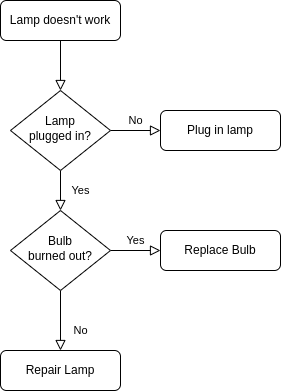
The draw.io diagram Flowchart.drawio.png in FedeMala00/second_assignment, before a commit. Source tidied: cells renumbered, new cells last; positions are measured from the earlier drawing's top-left corner, leaving out a move shared by most shapes. Source of this version:
```xml
<mxGraphModel>
  <root>
    <mxCell id="0" />
    <mxCell id="1" parent="0" />
    <mxCell id="2" style="rounded=0;html=1;jettySize=auto;fontSize=11;endArrow=block;endFill=0;endSize=8;strokeWidth=1;shadow=0;labelBackgroundColor=none;edgeStyle=orthogonalEdgeStyle;" parent="1" edge="1" source="3" target="6">
      <mxGeometry relative="1" as="geometry" />
    </mxCell>
    <mxCell id="3" value="Lamp doesn't work" style="rounded=1;whiteSpace=wrap;html=1;fontSize=12;glass=0;strokeWidth=1;shadow=0;" parent="1" vertex="1">
      <mxGeometry width="120" height="40" as="geometry" />
    </mxCell>
    <mxCell id="4" value="Yes" style="rounded=0;html=1;jettySize=auto;fontSize=11;endArrow=block;endFill=0;endSize=8;strokeWidth=1;shadow=0;labelBackgroundColor=none;edgeStyle=orthogonalEdgeStyle;" parent="1" edge="1" source="6" target="10">
      <mxGeometry y="20" relative="1" as="geometry" />
    </mxCell>
    <mxCell id="5" value="No" style="edgeStyle=orthogonalEdgeStyle;rounded=0;html=1;jettySize=auto;fontSize=11;endArrow=block;endFill=0;endSize=8;strokeWidth=1;shadow=0;labelBackgroundColor=none;" parent="1" edge="1" source="6" target="7">
      <mxGeometry y="10" relative="1" as="geometry" />
    </mxCell>
    <mxCell id="6" value="Lamp&lt;br&gt;plugged in?" style="rhombus;whiteSpace=wrap;html=1;shadow=0;fontFamily=Helvetica;fontSize=12;align=center;strokeWidth=1;spacing=6;spacingTop=-4;" parent="1" vertex="1">
      <mxGeometry x="10" y="90" width="100" height="80" as="geometry" />
    </mxCell>
    <mxCell id="7" value="Plug in lamp" style="rounded=1;whiteSpace=wrap;html=1;fontSize=12;glass=0;strokeWidth=1;shadow=0;" parent="1" vertex="1">
      <mxGeometry x="160" y="110" width="120" height="40" as="geometry" />
    </mxCell>
    <mxCell id="8" value="No" style="rounded=0;html=1;jettySize=auto;fontSize=11;endArrow=block;endFill=0;endSize=8;strokeWidth=1;shadow=0;labelBackgroundColor=none;edgeStyle=orthogonalEdgeStyle;" parent="1" edge="1" source="10" target="11">
      <mxGeometry x="0.33" y="20" relative="1" as="geometry" />
    </mxCell>
    <mxCell id="9" value="Yes" style="edgeStyle=orthogonalEdgeStyle;rounded=0;html=1;jettySize=auto;fontSize=11;endArrow=block;endFill=0;endSize=8;strokeWidth=1;shadow=0;labelBackgroundColor=none;" parent="1" edge="1" source="10" target="12">
      <mxGeometry y="10" relative="1" as="geometry" />
    </mxCell>
    <mxCell id="10" value="Bulb&lt;br&gt;burned out?" style="rhombus;whiteSpace=wrap;html=1;shadow=0;fontFamily=Helvetica;fontSize=12;align=center;strokeWidth=1;spacing=6;spacingTop=-4;" parent="1" vertex="1">
      <mxGeometry x="10" y="210" width="100" height="80" as="geometry" />
    </mxCell>
    <mxCell id="11" value="Repair Lamp" style="rounded=1;whiteSpace=wrap;html=1;fontSize=12;glass=0;strokeWidth=1;shadow=0;" parent="1" vertex="1">
      <mxGeometry y="350" width="120" height="40" as="geometry" />
    </mxCell>
    <mxCell id="12" value="Replace Bulb" style="rounded=1;whiteSpace=wrap;html=1;fontSize=12;glass=0;strokeWidth=1;shadow=0;" parent="1" vertex="1">
      <mxGeometry x="160" y="230" width="120" height="40" as="geometry" />
    </mxCell>
  </root>
</mxGraphModel>
```
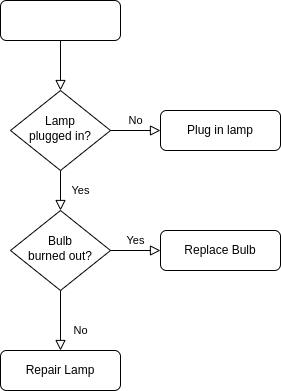
Later version of the same file.

Diff of the diagram source:
```diff
@@ -5,7 +5,7 @@
     <mxCell id="2" style="rounded=0;html=1;jettySize=auto;fontSize=11;endArrow=block;endFill=0;endSize=8;strokeWidth=1;shadow=0;labelBackgroundColor=none;edgeStyle=orthogonalEdgeStyle;" parent="1" edge="1" source="3" target="6">
       <mxGeometry relative="1" as="geometry" />
     </mxCell>
-    <mxCell id="3" value="Lamp doesn't work" style="rounded=1;whiteSpace=wrap;html=1;fontSize=12;glass=0;strokeWidth=1;shadow=0;" parent="1" vertex="1">
+    <mxCell id="3" style="rounded=1;whiteSpace=wrap;html=1;fontSize=12;glass=0;strokeWidth=1;shadow=0;" parent="1" vertex="1">
       <mxGeometry width="120" height="40" as="geometry" />
     </mxCell>
     <mxCell id="4" value="Yes" style="rounded=0;html=1;jettySize=auto;fontSize=11;endArrow=block;endFill=0;endSize=8;strokeWidth=1;shadow=0;labelBackgroundColor=none;edgeStyle=orthogonalEdgeStyle;" parent="1" edge="1" source="6" target="10">
```
